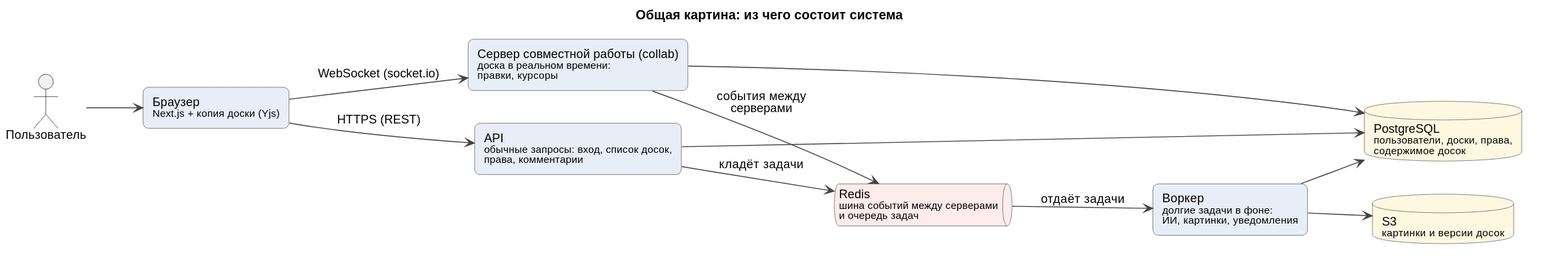
This is docs/system-design/architecture/overview.svg from fanera-team/fanera, a PlantUML export, as it was before one commit.
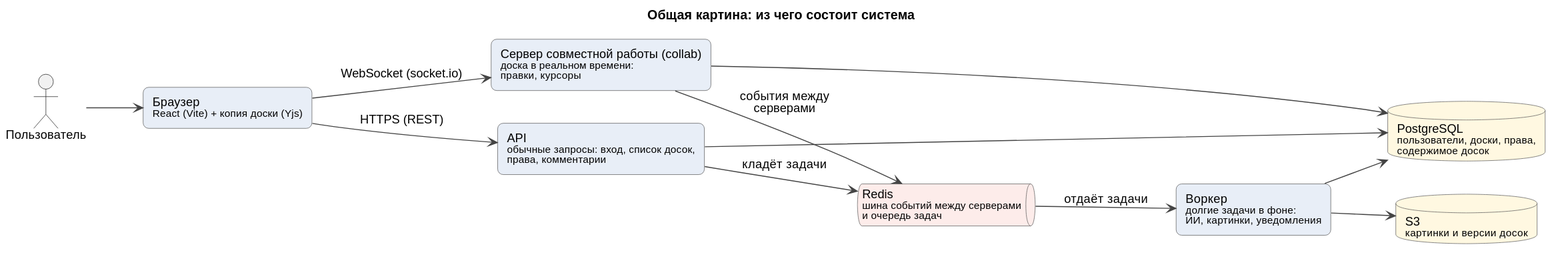
Above is the later version.

The edit, as a diff of the source:
```diff
@@ -20,7 +20,7 @@
 title Общая картина: из чего состоит система
 
 actor "Пользователь" as U
-rectangle "Браузер\n<size:11>Next.js + копия доски (Yjs)</size>" as WEB
+rectangle "Браузер\n<size:11>React (Vite) + копия доски (Yjs)</size>" as WEB
 
 rectangle "API\n<size:11>обычные запросы: вход, список досок,</size>\n<size:11>права, комментарии</size>" as API
 rectangle "Сервер совместной работы (collab)\n<size:11>доска в реальном времени:</size>\n<size:11>правки, курсоры</size>" as COL
```
